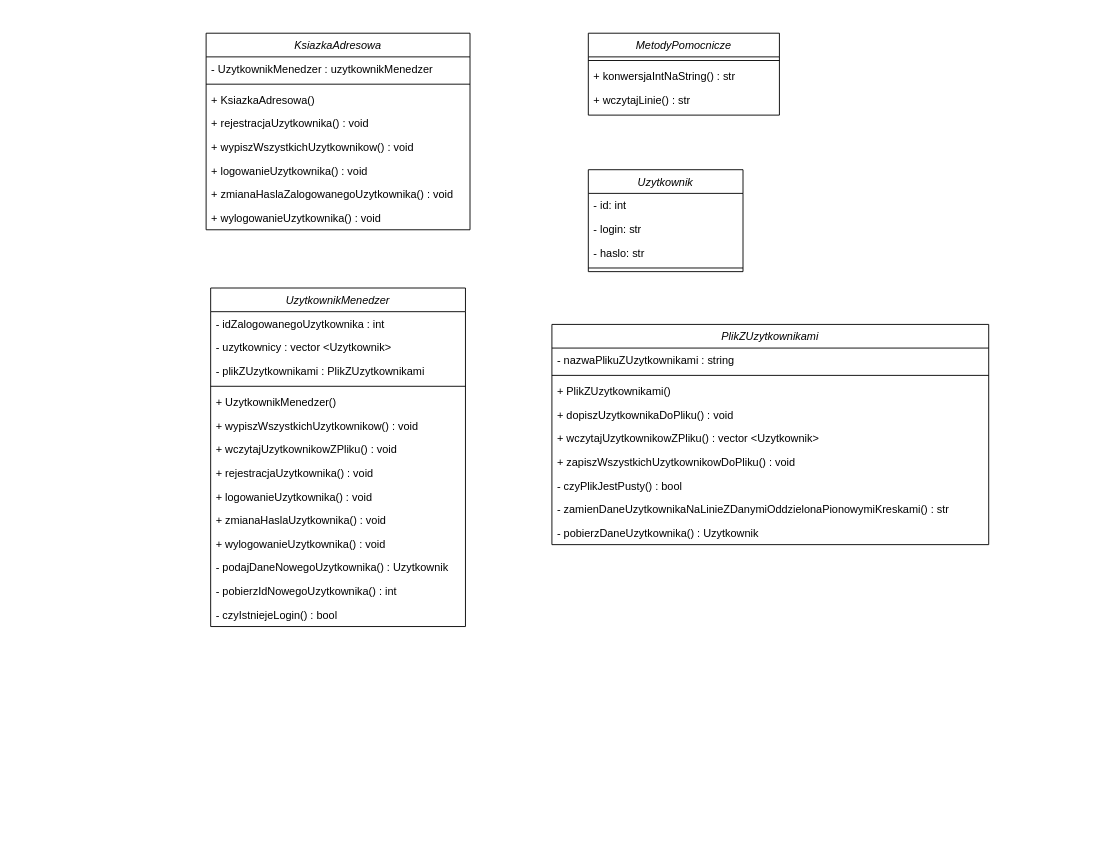
This is address-book-extension1-uml.drawio from MichalWilczek/address-book-FutureProgrammer, a draw.io file, before an edit. Source tidied: cells renumbered, new cells numbered last; positions are measured from the earlier drawing's top-left corner, leaving out a move shared by most shapes. Both pictures are drawn from the tidied source at 91%, with x=0, y=0 at pixel (206, 33).
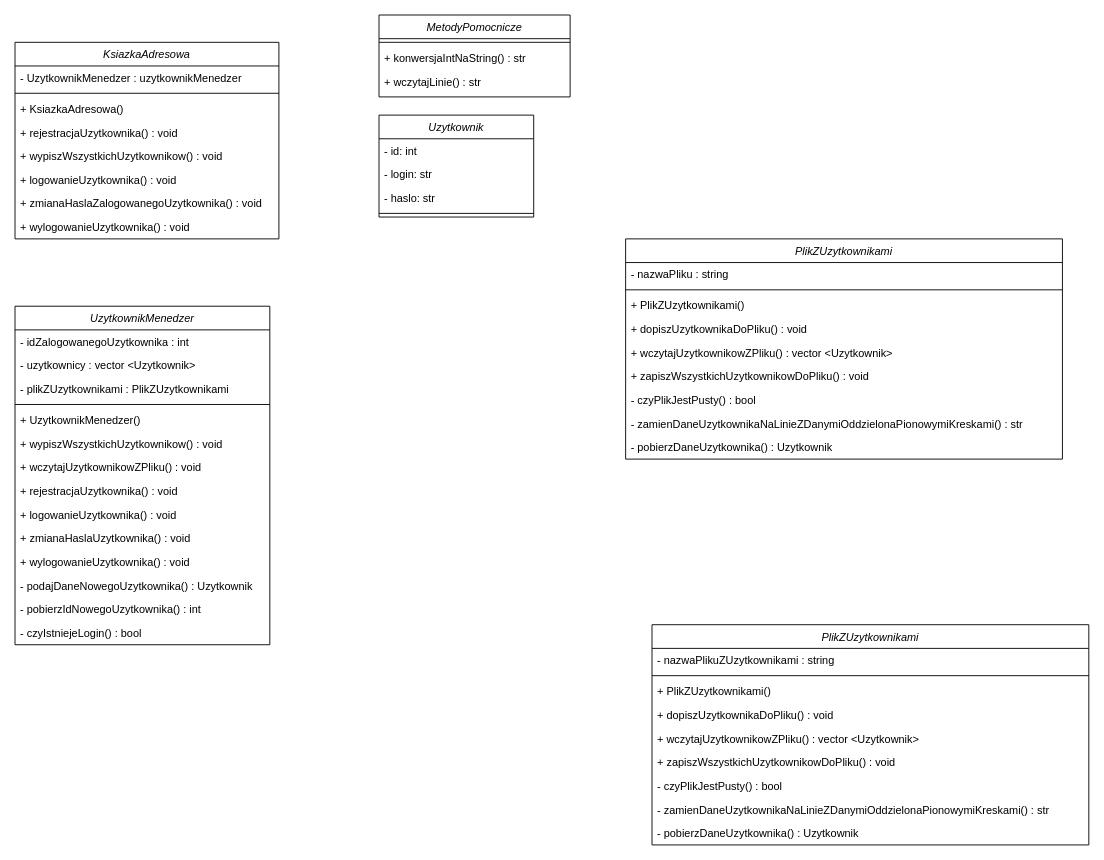
Above is the later version.

The edit, as a diff of the source:
```diff
@@
     <mxCell id="2" value="KsiazkaAdresowa" style="swimlane;fontStyle=2;align=center;verticalAlign=top;horizontal=1;startSize=26;rounded=0;shadow=0;strokeWidth=1;" parent="1" vertex="1">
-      <mxGeometry width="290" height="216" as="geometry" />
+      <mxGeometry x="-210" y="10" width="290" height="216" as="geometry" />
     </mxCell>
@@
     <mxCell id="11" value="Uzytkownik" style="swimlane;fontStyle=2;align=center;verticalAlign=top;horizontal=1;startSize=26;rounded=0;shadow=0;strokeWidth=1;" parent="1" vertex="1">
-      <mxGeometry x="420" y="150" width="170" height="112" as="geometry" />
+      <mxGeometry x="190" y="90" width="170" height="112" as="geometry" />
     </mxCell>
@@
     <mxCell id="16" value="UzytkownikMenedzer" style="swimlane;fontStyle=2;align=center;verticalAlign=top;horizontal=1;startSize=26;rounded=0;shadow=0;strokeWidth=1;" parent="1" vertex="1">
-      <mxGeometry x="5" y="280" width="280" height="372" as="geometry" />
+      <mxGeometry x="-210" y="300" width="280" height="372" as="geometry" />
     </mxCell>
@@
     <mxCell id="31" value="PlikZUzytkownikami" style="swimlane;fontStyle=2;align=center;verticalAlign=top;horizontal=1;startSize=26;rounded=0;shadow=0;strokeWidth=1;" parent="1" vertex="1">
-      <mxGeometry x="380" y="320" width="480" height="242" as="geometry" />
+      <mxGeometry x="461" y="226" width="480" height="242" as="geometry" />
     </mxCell>
-    <mxCell id="32" value="- nazwaPlikuZUzytkownikami : string" style="text;align=left;verticalAlign=top;spacingLeft=4;spacingRight=4;overflow=hidden;rounded=0;shadow=0;html=0;" parent="31" vertex="1">
+    <mxCell id="32" value="- nazwaPliku : string" style="text;align=left;verticalAlign=top;spacingLeft=4;spacingRight=4;overflow=hidden;rounded=0;shadow=0;html=0;" parent="31" vertex="1">
       <mxGeometry y="26" width="480" height="26" as="geometry" />
     </mxCell>
@@
     <mxCell id="41" value="MetodyPomocnicze" style="swimlane;fontStyle=2;align=center;verticalAlign=top;horizontal=1;startSize=26;rounded=0;shadow=0;strokeWidth=1;" parent="1" vertex="1">
-      <mxGeometry x="420" width="210" height="90" as="geometry" />
+      <mxGeometry x="190" y="-20" width="210" height="90" as="geometry" />
     </mxCell>
@@
+    <mxCell id="45" value="PlikZUzytkownikami" style="swimlane;fontStyle=2;align=center;verticalAlign=top;horizontal=1;startSize=26;rounded=0;shadow=0;strokeWidth=1;" parent="1" vertex="1">
+      <mxGeometry x="490" y="650" width="480" height="242" as="geometry" />
+    </mxCell>
+    <mxCell id="46" value="- nazwaPlikuZUzytkownikami : string" style="text;align=left;verticalAlign=top;spacingLeft=4;spacingRight=4;overflow=hidden;rounded=0;shadow=0;html=0;" parent="45" vertex="1">
+      <mxGeometry y="26" width="480" height="26" as="geometry" />
+    </mxCell>
+    <mxCell id="47" style="line;html=1;strokeWidth=1;align=left;verticalAlign=middle;spacingTop=-1;spacingLeft=3;spacingRight=3;labelPosition=right;" parent="45" vertex="1">
+      <mxGeometry y="52" width="480" height="8" as="geometry" />
+    </mxCell>
+    <mxCell id="48" value="+ PlikZUzytkownikami()" style="text;align=left;verticalAlign=top;spacingLeft=4;spacingRight=4;overflow=hidden;" parent="45" vertex="1">
+      <mxGeometry y="60" width="480" height="26" as="geometry" />
+    </mxCell>
+    <mxCell id="49" value="+ dopiszUzytkownikaDoPliku() : void" style="text;align=left;verticalAlign=top;spacingLeft=4;spacingRight=4;overflow=hidden;" parent="45" vertex="1">
+      <mxGeometry y="86" width="480" height="26" as="geometry" />
+    </mxCell>
+    <mxCell id="50" value="+ wczytajUzytkownikowZPliku() : vector &lt;Uzytkownik&gt;" style="text;align=left;verticalAlign=top;spacingLeft=4;spacingRight=4;overflow=hidden;" parent="45" vertex="1">
+      <mxGeometry y="112" width="480" height="26" as="geometry" />
+    </mxCell>
+    <mxCell id="51" value="+ zapiszWszystkichUzytkownikowDoPliku() : void" style="text;align=left;verticalAlign=top;spacingLeft=4;spacingRight=4;overflow=hidden;" parent="45" vertex="1">
+      <mxGeometry y="138" width="480" height="26" as="geometry" />
+    </mxCell>
+    <mxCell id="52" value="- czyPlikJestPusty() : bool" style="text;align=left;verticalAlign=top;spacingLeft=4;spacingRight=4;overflow=hidden;" parent="45" vertex="1">
+      <mxGeometry y="164" width="480" height="26" as="geometry" />
+    </mxCell>
+    <mxCell id="53" value="- zamienDaneUzytkownikaNaLinieZDanymiOddzielonaPionowymiKreskami() : str" style="text;align=left;verticalAlign=top;spacingLeft=4;spacingRight=4;overflow=hidden;" parent="45" vertex="1">
+      <mxGeometry y="190" width="480" height="26" as="geometry" />
+    </mxCell>
+    <mxCell id="54" value="- pobierzDaneUzytkownika() : Uzytkownik" style="text;align=left;verticalAlign=top;spacingLeft=4;spacingRight=4;overflow=hidden;" parent="45" vertex="1">
+      <mxGeometry y="216" width="480" height="26" as="geometry" />
+    </mxCell>
```
